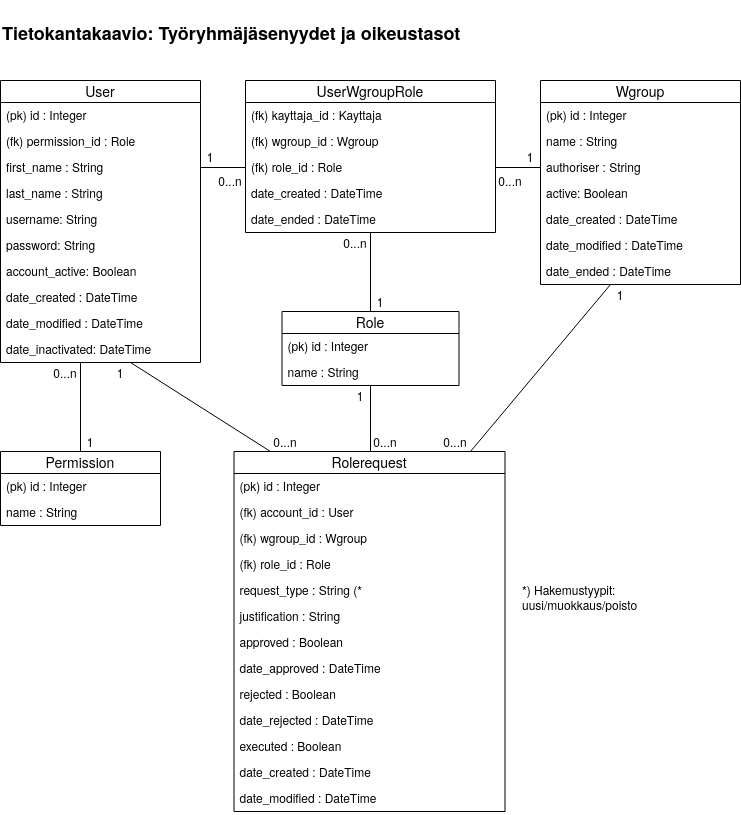
Earlier version of the draw.io export documentation/Tietokantakaavio.png (jmlii/TrjApp). Source tidied: cells renumbered, new cells last; positions are measured from the earlier drawing's top-left corner, leaving out a move shared by most shapes.
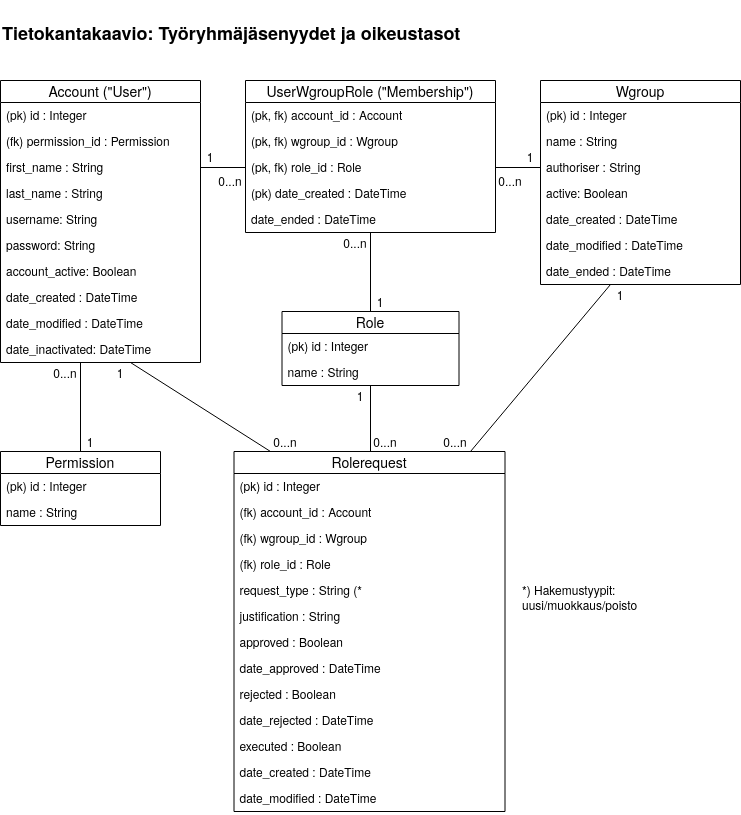
Above is the later version.

Commit message:
Tietokantakaavion päivitys

What changed in the source:
```diff
@@ -2,13 +2,13 @@
   <root>
     <mxCell id="0" />
     <mxCell id="1" parent="0" />
-    <mxCell id="2" value="User" style="swimlane;fontStyle=0;horizontal=1;startSize=22;fillColor=none;swimlaneFillColor=#ffffff;align=center;fontSize=14;" parent="1" vertex="1">
+    <mxCell id="2" value="Account (&quot;User&quot;)" style="swimlane;fontStyle=0;horizontal=1;startSize=22;fillColor=none;swimlaneFillColor=#ffffff;align=center;fontSize=14;" parent="1" vertex="1">
       <mxGeometry y="80" width="200" height="282" as="geometry" />
     </mxCell>
     <mxCell id="3" value="(pk) id : Integer" style="text;strokeColor=none;fillColor=none;spacingLeft=4;spacingRight=4;overflow=hidden;fontSize=12;" parent="2" vertex="1">
       <mxGeometry y="22" width="200" height="26" as="geometry" />
     </mxCell>
-    <mxCell id="4" value="(fk) permission_id : Role" style="text;strokeColor=none;fillColor=none;spacingLeft=4;spacingRight=4;overflow=hidden;fontSize=12;" parent="2" vertex="1">
+    <mxCell id="4" value="(fk) permission_id : Permission" style="text;strokeColor=none;fillColor=none;spacingLeft=4;spacingRight=4;overflow=hidden;fontSize=12;" parent="2" vertex="1">
       <mxGeometry y="48" width="200" height="26" as="geometry" />
     </mxCell>
     <mxCell id="5" value="first_name : String" style="text;strokeColor=none;fillColor=none;spacingLeft=4;spacingRight=4;overflow=hidden;fontSize=12;" parent="2" vertex="1">
@@ -65,7 +65,7 @@
     <mxCell id="22" value="(pk) id : Integer" style="text;strokeColor=none;fillColor=none;spacingLeft=4;spacingRight=4;overflow=hidden;fontSize=12;" parent="21" vertex="1">
       <mxGeometry y="22" width="271" height="26" as="geometry" />
     </mxCell>
-    <mxCell id="23" value="(fk) account_id : User" style="text;strokeColor=none;fillColor=none;spacingLeft=4;spacingRight=4;overflow=hidden;fontSize=12;" parent="21" vertex="1">
+    <mxCell id="23" value="(fk) account_id : Account" style="text;strokeColor=none;fillColor=none;spacingLeft=4;spacingRight=4;overflow=hidden;fontSize=12;" parent="21" vertex="1">
       <mxGeometry y="48" width="271" height="26" as="geometry" />
     </mxCell>
     <mxCell id="24" value="(fk) wgroup_id : Wgroup" style="text;strokeColor=none;fillColor=none;spacingLeft=4;spacingRight=4;overflow=hidden;fontSize=12;" parent="21" vertex="1">
@@ -110,19 +110,19 @@
     <mxCell id="37" value="name : String" style="text;strokeColor=none;fillColor=none;spacingLeft=4;spacingRight=4;overflow=hidden;fontSize=12;" parent="35" vertex="1">
       <mxGeometry y="48" width="177" height="26" as="geometry" />
     </mxCell>
-    <mxCell id="38" value="UserWgroupRole" style="swimlane;fontStyle=0;horizontal=1;startSize=22;fillColor=none;swimlaneFillColor=#ffffff;align=center;fontSize=14;" parent="1" vertex="1">
+    <mxCell id="38" value="UserWgroupRole (&quot;Membership&quot;)" style="swimlane;fontStyle=0;horizontal=1;startSize=22;fillColor=none;swimlaneFillColor=#ffffff;align=center;fontSize=14;" parent="1" vertex="1">
       <mxGeometry x="245" y="80" width="250" height="152" as="geometry" />
     </mxCell>
-    <mxCell id="39" value="(fk) kayttaja_id : Kayttaja" style="text;strokeColor=none;fillColor=none;spacingLeft=4;spacingRight=4;overflow=hidden;fontSize=12;" parent="38" vertex="1">
+    <mxCell id="39" value="(pk, fk) account_id : Account" style="text;strokeColor=none;fillColor=none;spacingLeft=4;spacingRight=4;overflow=hidden;fontSize=12;" parent="38" vertex="1">
       <mxGeometry y="22" width="250" height="26" as="geometry" />
     </mxCell>
-    <mxCell id="40" value="(fk) wgroup_id : Wgroup" style="text;strokeColor=none;fillColor=none;spacingLeft=4;spacingRight=4;overflow=hidden;fontSize=12;" parent="38" vertex="1">
+    <mxCell id="40" value="(pk, fk) wgroup_id : Wgroup" style="text;strokeColor=none;fillColor=none;spacingLeft=4;spacingRight=4;overflow=hidden;fontSize=12;" parent="38" vertex="1">
       <mxGeometry y="48" width="250" height="26" as="geometry" />
     </mxCell>
-    <mxCell id="41" value="(fk) role_id : Role" style="text;strokeColor=none;fillColor=none;spacingLeft=4;spacingRight=4;overflow=hidden;fontSize=12;" parent="38" vertex="1">
+    <mxCell id="41" value="(pk, fk) role_id : Role" style="text;strokeColor=none;fillColor=none;spacingLeft=4;spacingRight=4;overflow=hidden;fontSize=12;" parent="38" vertex="1">
       <mxGeometry y="74" width="250" height="26" as="geometry" />
     </mxCell>
-    <mxCell id="42" value="date_created : DateTime" style="text;strokeColor=none;fillColor=none;spacingLeft=4;spacingRight=4;overflow=hidden;fontSize=12;" parent="38" vertex="1">
+    <mxCell id="42" value="(pk) date_created : DateTime" style="text;strokeColor=none;fillColor=none;spacingLeft=4;spacingRight=4;overflow=hidden;fontSize=12;" parent="38" vertex="1">
       <mxGeometry y="100" width="250" height="26" as="geometry" />
     </mxCell>
     <mxCell id="43" value="date_ended : DateTime" style="text;strokeColor=none;fillColor=none;spacingLeft=4;spacingRight=4;overflow=hidden;fontSize=12;" parent="38" vertex="1">
```
